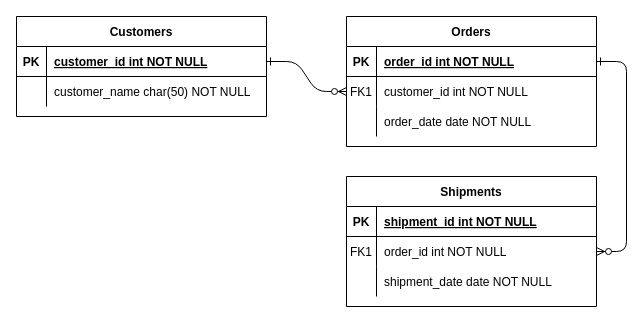
Earlier version of the draw.io diagram Untitled Diagram.drawio (ajfahim/kitchenrack-backend). Source tidied: cells renumbered, new cells numbered last; positions are measured from the earlier drawing's top-left corner, leaving out a move shared by most shapes. Both pictures are drawn from the tidied source at 100%, with x=0, y=0 at pixel (16, 16).
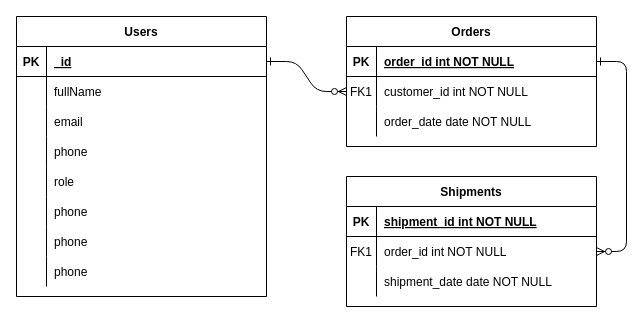
The same diagram, later.

Commit message:
kitchenrack-backend-erd

The change refers to these unchanged cells:
```xml
<mxCell id="25" style="shape=partialRectangle;fillColor=none;points=[[0,0.5],[1,0.5]];portConstraint=eastwest;top=0;left=0;right=0;bottom=1;" parent="24" vertex="1">
  <mxGeometry y="30" width="250" height="30" as="geometry" />
</mxCell>
<mxCell id="28" style="shape=partialRectangle;fillColor=none;top=0;left=0;right=0;bottom=0;" parent="24" vertex="1">
  <mxGeometry y="60" width="250" height="30" as="geometry" />
</mxCell>
```

Diff of the diagram source:
```diff
@@
-    <mxCell id="24" value="Customers" style="shape=table;startSize=30;childLayout=tableLayout;rowLines=0;fontStyle=1;align=center;" parent="1" vertex="1">
-      <mxGeometry width="250" height="100" as="geometry" />
+    <mxCell id="24" value="Users" style="shape=table;startSize=30;childLayout=tableLayout;rowLines=0;fontStyle=1;align=center;" parent="1" vertex="1">
+      <mxGeometry width="250" height="280" as="geometry" />
     </mxCell>
@@
-    <mxCell id="27" value="customer_id int NOT NULL " style="shape=partialRectangle;overflow=hidden;fillColor=none;top=0;left=0;bottom=0;right=0;align=left;spacingLeft=6;fontStyle=5;" parent="25" vertex="1">
+    <mxCell id="27" value="_id" style="shape=partialRectangle;overflow=hidden;fillColor=none;top=0;left=0;bottom=0;right=0;align=left;spacingLeft=6;fontStyle=5;" parent="25" vertex="1">
       <mxGeometry x="30" width="220" height="30" as="geometry" />
     </mxCell>
@@
-    <mxCell id="30" value="customer_name char(50) NOT NULL" style="shape=partialRectangle;overflow=hidden;fillColor=none;top=0;left=0;bottom=0;right=0;align=left;spacingLeft=6;" parent="28" vertex="1">
+    <mxCell id="30" value="fullName" style="shape=partialRectangle;overflow=hidden;fillColor=none;top=0;left=0;bottom=0;right=0;align=left;spacingLeft=6;" parent="28" vertex="1">
       <mxGeometry x="30" width="220" height="30" as="geometry" />
     </mxCell>
+    <mxCell id="31" style="shape=partialRectangle;fillColor=none;top=0;left=0;right=0;bottom=0;" parent="24" vertex="1">
+      <mxGeometry y="90" width="250" height="30" as="geometry" />
+    </mxCell>
+    <mxCell id="32" style="shape=partialRectangle;overflow=hidden;fillColor=none;top=0;left=0;bottom=0;right=0;" parent="31" vertex="1">
+      <mxGeometry width="30" height="30" as="geometry" />
+    </mxCell>
+    <mxCell id="33" value="email" style="shape=partialRectangle;overflow=hidden;fillColor=none;top=0;left=0;bottom=0;right=0;align=left;spacingLeft=6;" parent="31" vertex="1">
+      <mxGeometry x="30" width="220" height="30" as="geometry" />
+    </mxCell>
+    <mxCell id="34" style="shape=partialRectangle;fillColor=none;top=0;left=0;right=0;bottom=0;" parent="24" vertex="1">
+      <mxGeometry y="120" width="250" height="30" as="geometry" />
+    </mxCell>
+    <mxCell id="35" style="shape=partialRectangle;overflow=hidden;fillColor=none;top=0;left=0;bottom=0;right=0;" parent="34" vertex="1">
+      <mxGeometry width="30" height="30" as="geometry" />
+    </mxCell>
+    <mxCell id="36" value="phone" style="shape=partialRectangle;overflow=hidden;fillColor=none;top=0;left=0;bottom=0;right=0;align=left;spacingLeft=6;" parent="34" vertex="1">
+      <mxGeometry x="30" width="220" height="30" as="geometry" />
+    </mxCell>
+    <mxCell id="37" style="shape=partialRectangle;fillColor=none;top=0;left=0;right=0;bottom=0;" parent="24" vertex="1">
+      <mxGeometry y="150" width="250" height="30" as="geometry" />
+    </mxCell>
+    <mxCell id="38" style="shape=partialRectangle;overflow=hidden;fillColor=none;top=0;left=0;bottom=0;right=0;" parent="37" vertex="1">
+      <mxGeometry width="30" height="30" as="geometry" />
+    </mxCell>
+    <mxCell id="39" value="role" style="shape=partialRectangle;overflow=hidden;fillColor=none;top=0;left=0;bottom=0;right=0;align=left;spacingLeft=6;" parent="37" vertex="1">
+      <mxGeometry x="30" width="220" height="30" as="geometry" />
+    </mxCell>
+    <mxCell id="40" style="shape=partialRectangle;fillColor=none;top=0;left=0;right=0;bottom=0;" parent="24" vertex="1">
+      <mxGeometry y="180" width="250" height="30" as="geometry" />
+    </mxCell>
+    <mxCell id="41" style="shape=partialRectangle;overflow=hidden;fillColor=none;top=0;left=0;bottom=0;right=0;" parent="40" vertex="1">
+      <mxGeometry width="30" height="30" as="geometry" />
+    </mxCell>
+    <mxCell id="42" value="phone" style="shape=partialRectangle;overflow=hidden;fillColor=none;top=0;left=0;bottom=0;right=0;align=left;spacingLeft=6;" parent="40" vertex="1">
+      <mxGeometry x="30" width="220" height="30" as="geometry" />
+    </mxCell>
+    <mxCell id="43" style="shape=partialRectangle;fillColor=none;top=0;left=0;right=0;bottom=0;" parent="24" vertex="1">
+      <mxGeometry y="210" width="250" height="30" as="geometry" />
+    </mxCell>
+    <mxCell id="44" style="shape=partialRectangle;overflow=hidden;fillColor=none;top=0;left=0;bottom=0;right=0;" parent="43" vertex="1">
+      <mxGeometry width="30" height="30" as="geometry" />
+    </mxCell>
+    <mxCell id="45" value="phone" style="shape=partialRectangle;overflow=hidden;fillColor=none;top=0;left=0;bottom=0;right=0;align=left;spacingLeft=6;" parent="43" vertex="1">
+      <mxGeometry x="30" width="220" height="30" as="geometry" />
+    </mxCell>
+    <mxCell id="46" style="shape=partialRectangle;fillColor=none;top=0;left=0;right=0;bottom=0;" parent="24" vertex="1">
+      <mxGeometry y="240" width="250" height="30" as="geometry" />
+    </mxCell>
+    <mxCell id="47" style="shape=partialRectangle;overflow=hidden;fillColor=none;top=0;left=0;bottom=0;right=0;" parent="46" vertex="1">
+      <mxGeometry width="30" height="30" as="geometry" />
+    </mxCell>
+    <mxCell id="48" value="phone" style="shape=partialRectangle;overflow=hidden;fillColor=none;top=0;left=0;bottom=0;right=0;align=left;spacingLeft=6;" parent="46" vertex="1">
+      <mxGeometry x="30" width="220" height="30" as="geometry" />
+    </mxCell>
```
